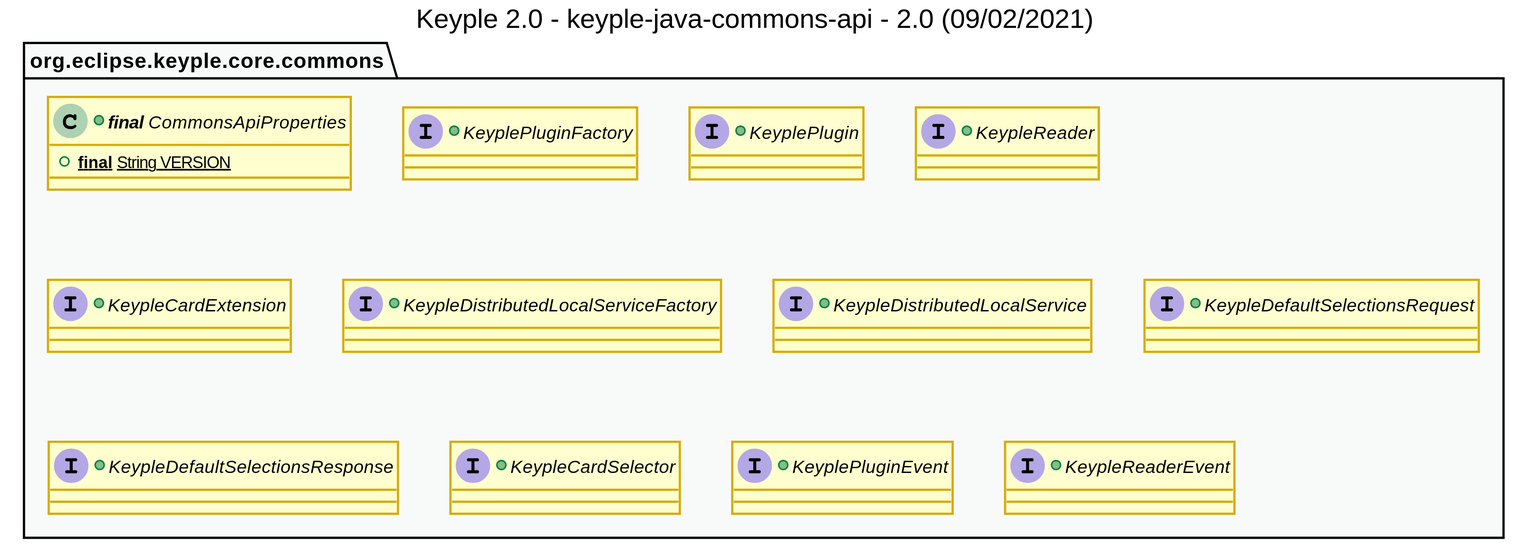
Before: uml/class/keyple_2_0_class_commons_api.svg, a diagram exported from PlantUML (calypsonet/keyple_2_0).
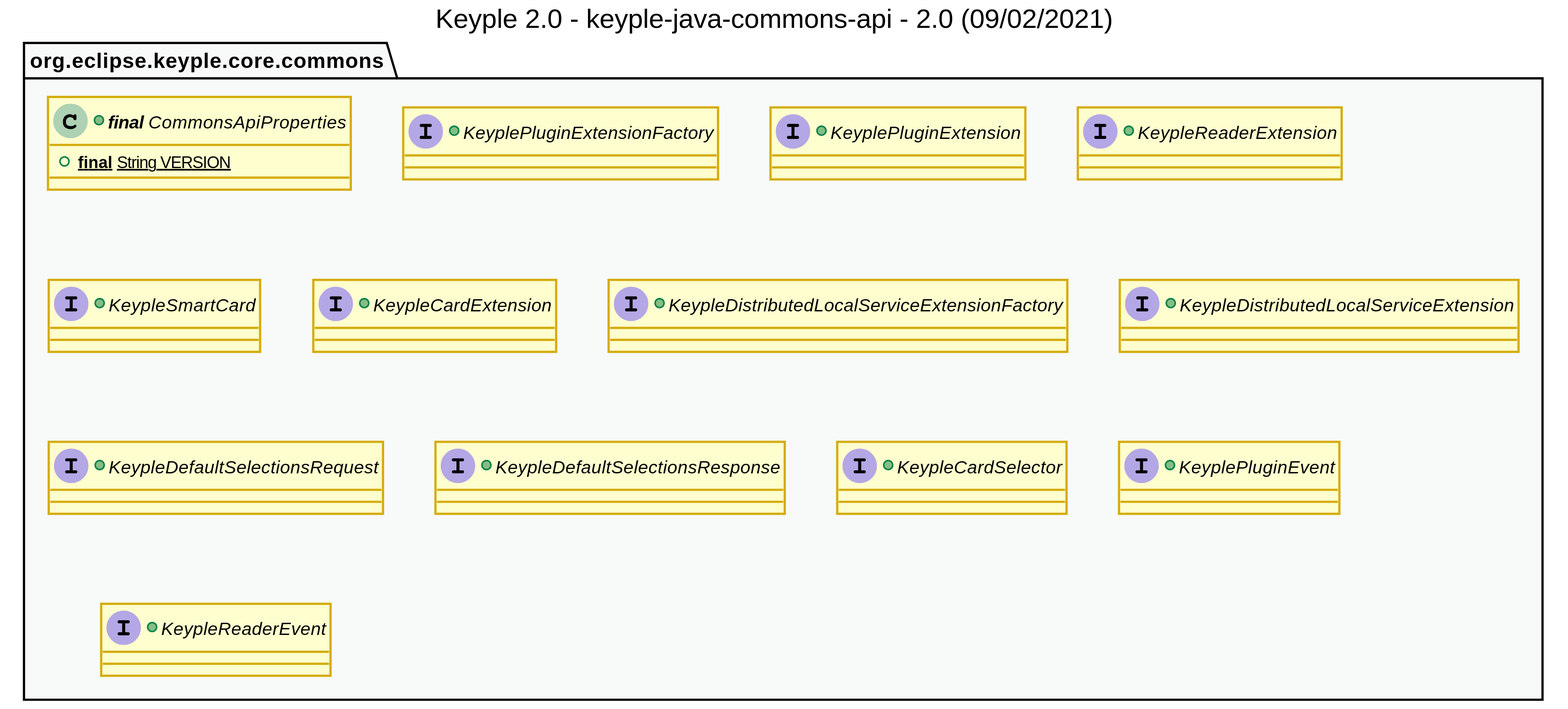
Above is the later version.

The edit, as a diff of the source:
```diff
@@ -37,22 +37,23 @@
 hide <<grey>> stereotype
 
 
-
 package "org.eclipse.keyple.core.commons" as api {
     +class "**final** CommonsApiProperties" as ApiProperties {
         +{static} **final** String VERSION
     }
-    +interface KeyplePluginFactory {
+    +interface KeyplePluginExtensionFactory {
     }
-    +interface KeyplePlugin {
+    +interface KeyplePluginExtension {
     }
-    +interface KeypleReader {
+    +interface KeypleReaderExtension {
+    }
+    +interface KeypleSmartCard {
     }
     +interface KeypleCardExtension {
     }
-    +interface KeypleDistributedLocalServiceFactory {
+    +interface KeypleDistributedLocalServiceExtensionFactory {
     }
-    +interface KeypleDistributedLocalService {
+    +interface KeypleDistributedLocalServiceExtension {
     }
     +interface KeypleDefaultSelectionsRequest {
     }
```
